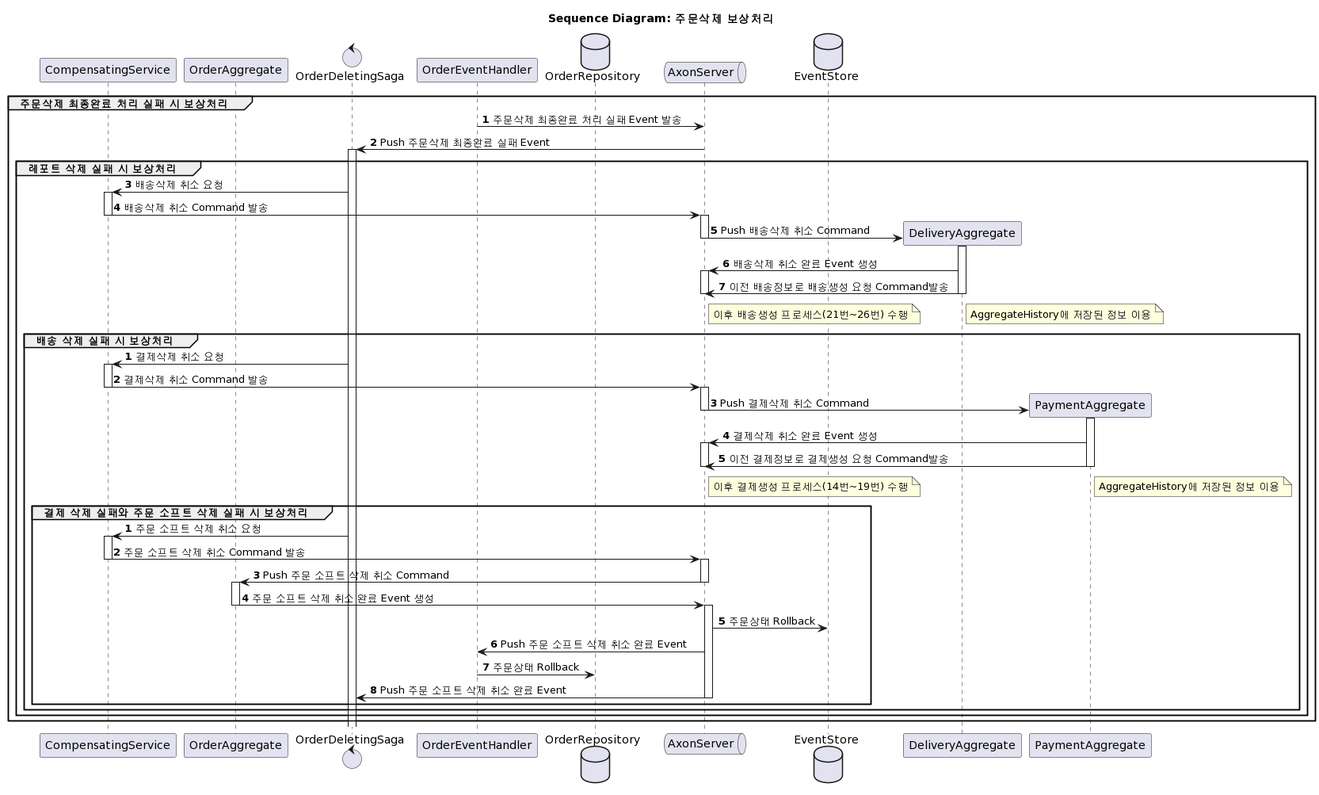
happykubepia/agilemall-axon keeps this PlantUML diagram as doc/uml/sequence/seq_delete_fail.png. Above is the earlier version.
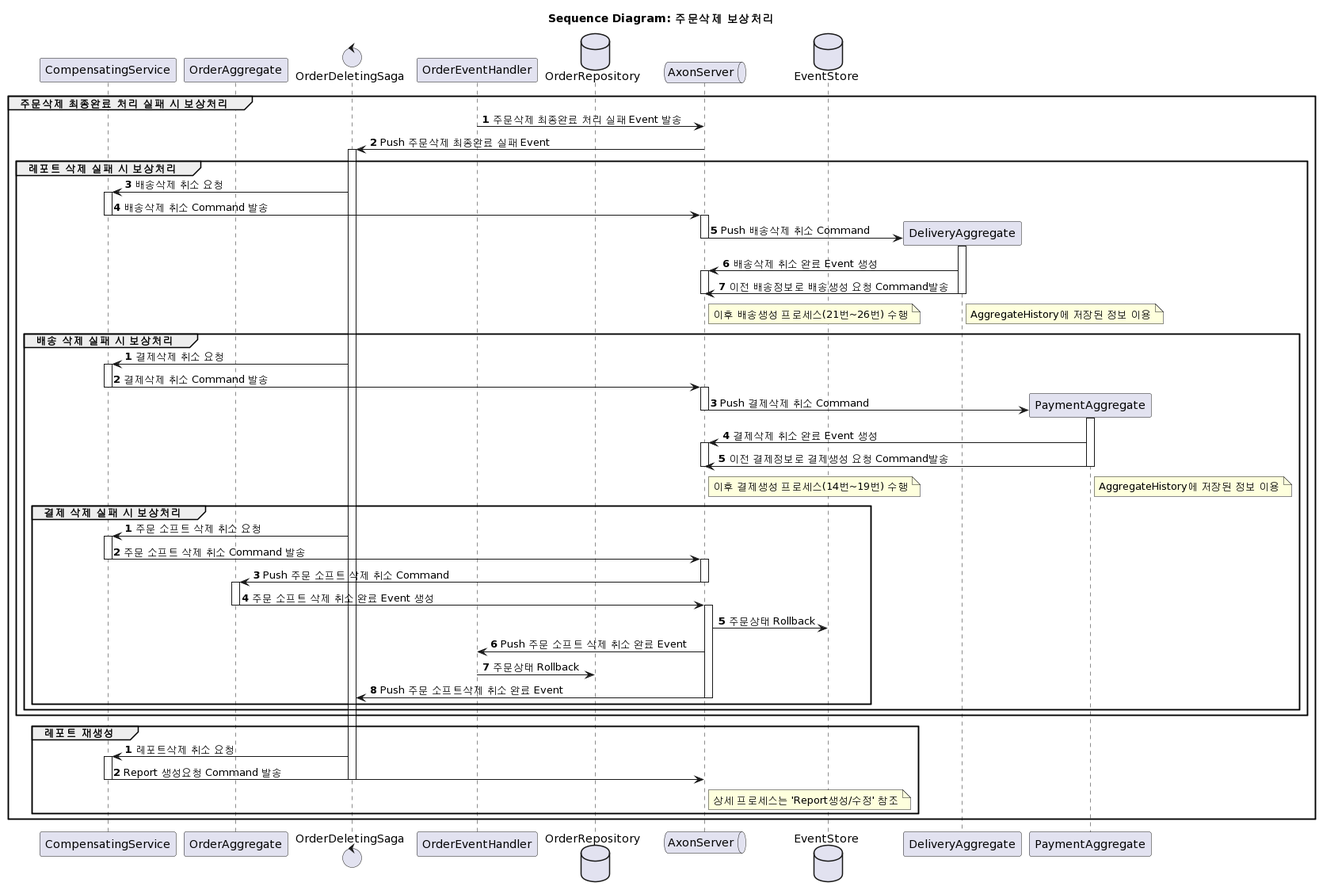
The same diagram one commit later.

Commit message:
change delete  sequence diagram

Change to the diagram source:
```diff
@@ -43,7 +43,7 @@
 
 autonumber stop
 autonumber
-group 결제 삭제 실패와 주문 소프트 삭제 실패 시 보상처리
+group 결제 삭제 실패 시 보상처리
 OrderDeletingSaga -> CompensatingService ++: 주문 소프트 삭제 취소 요청
 CompensatingService -> AxonServer --++: 주문 소프트 삭제 취소 Command 발송
 AxonServer -> OrderAggregate --++: Push 주문 소프트 삭제 취소 Command
@@ -52,12 +52,21 @@
 AxonServer -> EventStore: 주문상태 Rollback
 AxonServer -> OrderEventHandler: Push 주문 소프트 삭제 취소 완료 Event
 OrderEventHandler -> OrderRepository: 주문상태 Rollback
-AxonServer -> OrderDeletingSaga --: Push 주문 소프트 삭제 취소 완료 Event
+AxonServer -> OrderDeletingSaga --: Push 주문 소프트삭제 취소 완료 Event
 AxonServer --
 end
 end
 end
 
+group 레포트 재생성
+autonumber stop
+autonumber
+OrderDeletingSaga -> CompensatingService ++: 레포트삭제 취소 요청
+CompensatingService -> AxonServer: Report 생성요청 Command 발송
+note right of AxonServer: 상세 프로세스는 'Report생성/수정' 참조
+CompensatingService --
+OrderDeletingSaga --
+end
 
 end
 @enduml
```
